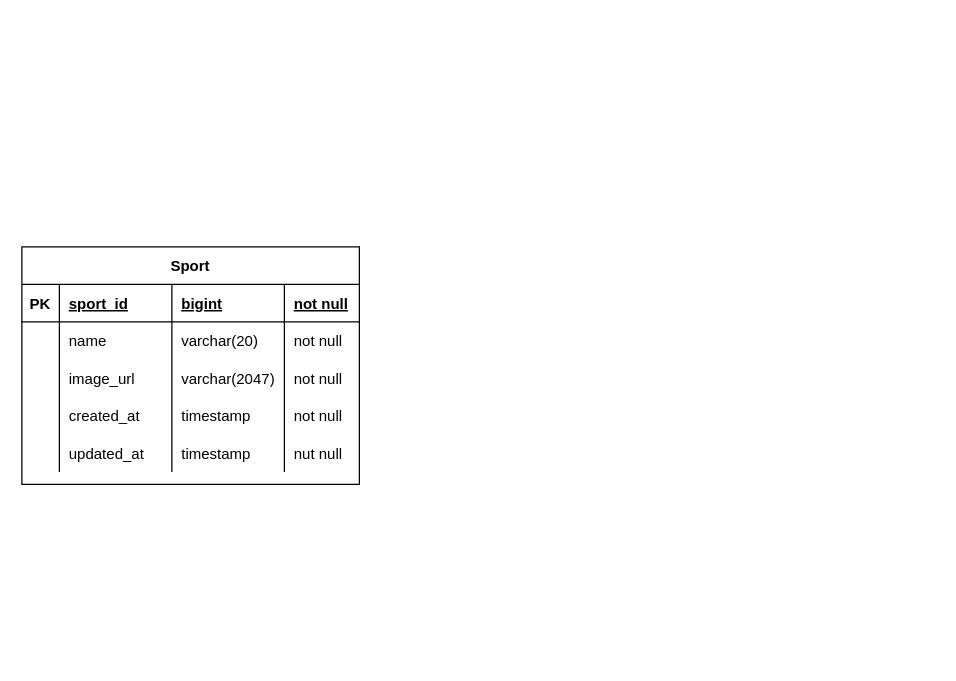
Before: docs/erd.drawio in Performance-Graph/Api, a draw.io diagram. Source tidied: cells renumbered, new cells numbered last; positions are measured from the earlier drawing's top-left corner, leaving out a move shared by most shapes. Both pictures are drawn from the tidied source at 125%, with x=0, y=0 at pixel (21, 246).
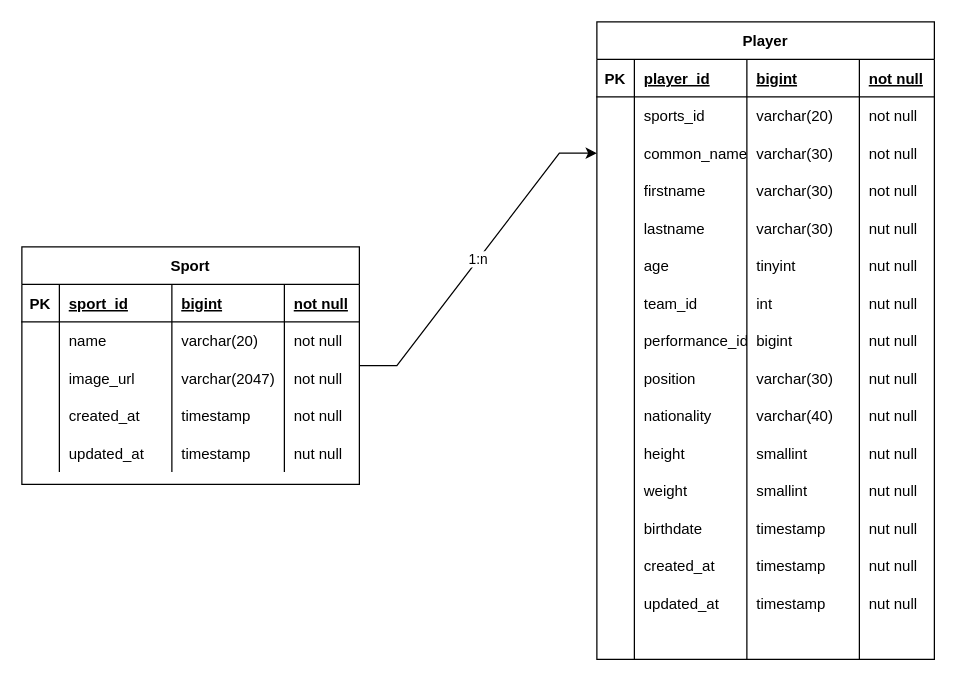
After the change.

Commit message:
Update erd.drawio - add player table erd

Unchanged cells that the change refers to:
```xml
<mxCell id="2" value="Sport" style="shape=table;startSize=30;childLayout=tableLayout;rowLines=0;fontStyle=1;align=center;" parent="1" vertex="1">
  <mxGeometry width="270" height="190" as="geometry" />
</mxCell>
```

Change to the diagram source:
```diff
@@
+    <mxCell id="28" value="1:n" style="edgeStyle=entityRelationEdgeStyle;rounded=0;jettySize=auto;html=1;entryX=0;entryY=0.5;entryDx=0;entryDy=0;" parent="1" edge="1" source="2" target="40">
+      <mxGeometry relative="1" as="geometry" />
+    </mxCell>
@@
+    <mxCell id="29" value="Player" style="shape=table;startSize=30;childLayout=tableLayout;rowLines=0;fontStyle=1;align=center;" parent="1" vertex="1">
+      <mxGeometry x="460" y="-180" width="270" height="510" as="geometry" />
+    </mxCell>
+    <mxCell id="30" style="shape=partialRectangle;fillColor=none;top=0;left=0;bottom=1;right=0;" parent="29" vertex="1">
+      <mxGeometry y="30" width="270" height="30" as="geometry" />
+    </mxCell>
+    <mxCell id="31" value="PK" style="shape=partialRectangle;fillColor=none;top=0;left=0;bottom=0;right=0;fontStyle=1;overflow=hidden;" parent="30" vertex="1">
+      <mxGeometry width="30" height="30" as="geometry" />
+    </mxCell>
+    <mxCell id="32" value="player_id" style="shape=partialRectangle;fillColor=none;top=0;left=0;bottom=0;right=0;align=left;spacingLeft=6;fontStyle=5;overflow=hidden;" parent="30" vertex="1">
+      <mxGeometry x="30" width="90" height="30" as="geometry" />
+    </mxCell>
+    <mxCell id="33" value="bigint" style="shape=partialRectangle;fillColor=none;top=0;left=0;bottom=0;right=0;align=left;spacingLeft=6;fontStyle=5;overflow=hidden;" parent="30" vertex="1">
+      <mxGeometry x="120" width="90" height="30" as="geometry" />
+    </mxCell>
+    <mxCell id="34" value="not null" style="shape=partialRectangle;fillColor=none;top=0;left=0;bottom=0;right=0;align=left;spacingLeft=6;fontStyle=5;overflow=hidden;" parent="30" vertex="1">
+      <mxGeometry x="210" width="60" height="30" as="geometry" />
+    </mxCell>
+    <mxCell id="35" style="shape=partialRectangle;fillColor=none;top=0;left=0;bottom=0;right=0;" parent="29" vertex="1">
+      <mxGeometry y="60" width="270" height="30" as="geometry" />
+    </mxCell>
+    <mxCell id="36" style="shape=partialRectangle;fillColor=none;top=0;left=0;bottom=0;right=0;overflow=hidden;" parent="35" vertex="1">
+      <mxGeometry width="30" height="30" as="geometry" />
+    </mxCell>
+    <mxCell id="37" value="sports_id" style="shape=partialRectangle;fillColor=none;top=0;left=0;bottom=0;right=0;align=left;spacingLeft=6;overflow=hidden;" parent="35" vertex="1">
+      <mxGeometry x="30" width="90" height="30" as="geometry" />
+    </mxCell>
+    <mxCell id="38" value="varchar(20)" style="shape=partialRectangle;fillColor=none;top=0;left=0;bottom=0;right=0;align=left;spacingLeft=6;overflow=hidden;" parent="35" vertex="1">
+      <mxGeometry x="120" width="90" height="30" as="geometry" />
+    </mxCell>
+    <mxCell id="39" value="not null" style="shape=partialRectangle;fillColor=none;top=0;left=0;bottom=0;right=0;align=left;spacingLeft=6;overflow=hidden;" parent="35" vertex="1">
+      <mxGeometry x="210" width="60" height="30" as="geometry" />
+    </mxCell>
+    <mxCell id="40" style="shape=partialRectangle;fillColor=none;top=0;left=0;bottom=0;right=0;points=[[0,0.5],[1,0.5]];portConstraint=eastwest;" parent="29" vertex="1">
+      <mxGeometry y="90" width="270" height="30" as="geometry" />
+    </mxCell>
+    <mxCell id="41" style="shape=partialRectangle;fillColor=none;top=0;left=0;bottom=0;right=0;overflow=hidden;" parent="40" vertex="1">
+      <mxGeometry width="30" height="30" as="geometry" />
+    </mxCell>
+    <mxCell id="42" value="common_name" style="shape=partialRectangle;fillColor=none;top=0;left=0;bottom=0;right=0;align=left;spacingLeft=6;overflow=hidden;" parent="40" vertex="1">
+      <mxGeometry x="30" width="90" height="30" as="geometry" />
+    </mxCell>
+    <mxCell id="43" value="varchar(30)" style="shape=partialRectangle;fillColor=none;top=0;left=0;bottom=0;right=0;align=left;spacingLeft=6;overflow=hidden;" parent="40" vertex="1">
+      <mxGeometry x="120" width="90" height="30" as="geometry" />
+    </mxCell>
+    <mxCell id="44" value="not null" style="shape=partialRectangle;fillColor=none;top=0;left=0;bottom=0;right=0;align=left;spacingLeft=6;overflow=hidden;" parent="40" vertex="1">
+      <mxGeometry x="210" width="60" height="30" as="geometry" />
+    </mxCell>
+    <mxCell id="45" style="shape=partialRectangle;fillColor=none;top=0;left=0;bottom=0;right=0;" parent="29" vertex="1">
+      <mxGeometry y="120" width="270" height="30" as="geometry" />
+    </mxCell>
+    <mxCell id="46" style="shape=partialRectangle;fillColor=none;top=0;left=0;bottom=0;right=0;overflow=hidden;" parent="45" vertex="1">
+      <mxGeometry width="30" height="30" as="geometry" />
+    </mxCell>
+    <mxCell id="47" value="firstname" style="shape=partialRectangle;fillColor=none;top=0;left=0;bottom=0;right=0;align=left;spacingLeft=6;overflow=hidden;" parent="45" vertex="1">
+      <mxGeometry x="30" width="90" height="30" as="geometry" />
+    </mxCell>
+    <mxCell id="48" value="varchar(30)" style="shape=partialRectangle;fillColor=none;top=0;left=0;bottom=0;right=0;align=left;spacingLeft=6;overflow=hidden;" parent="45" vertex="1">
+      <mxGeometry x="120" width="90" height="30" as="geometry" />
+    </mxCell>
+    <mxCell id="49" value="not null" style="shape=partialRectangle;fillColor=none;top=0;left=0;bottom=0;right=0;align=left;spacingLeft=6;overflow=hidden;" parent="45" vertex="1">
+      <mxGeometry x="210" width="60" height="30" as="geometry" />
+    </mxCell>
+    <mxCell id="50" style="shape=partialRectangle;fillColor=none;top=0;left=0;bottom=0;right=0;" parent="29" vertex="1">
+      <mxGeometry y="150" width="270" height="30" as="geometry" />
+    </mxCell>
+    <mxCell id="51" style="shape=partialRectangle;fillColor=none;top=0;left=0;bottom=0;right=0;overflow=hidden;" parent="50" vertex="1">
+      <mxGeometry width="30" height="30" as="geometry" />
+    </mxCell>
+    <mxCell id="52" value="lastname" style="shape=partialRectangle;fillColor=none;top=0;left=0;bottom=0;right=0;align=left;spacingLeft=6;overflow=hidden;" parent="50" vertex="1">
+      <mxGeometry x="30" width="90" height="30" as="geometry" />
+    </mxCell>
+    <mxCell id="53" value="varchar(30)" style="shape=partialRectangle;fillColor=none;top=0;left=0;bottom=0;right=0;align=left;spacingLeft=6;overflow=hidden;" parent="50" vertex="1">
+      <mxGeometry x="120" width="90" height="30" as="geometry" />
+    </mxCell>
+    <mxCell id="54" value="nut null" style="shape=partialRectangle;fillColor=none;top=0;left=0;bottom=0;right=0;align=left;spacingLeft=6;overflow=hidden;" parent="50" vertex="1">
+      <mxGeometry x="210" width="60" height="30" as="geometry" />
+    </mxCell>
+    <mxCell id="55" style="shape=partialRectangle;fillColor=none;top=0;left=0;bottom=0;right=0;" parent="29" vertex="1">
+      <mxGeometry y="180" width="270" height="30" as="geometry" />
+    </mxCell>
+    <mxCell id="56" style="shape=partialRectangle;fillColor=none;top=0;left=0;bottom=0;right=0;overflow=hidden;" parent="55" vertex="1">
+      <mxGeometry width="30" height="30" as="geometry" />
+    </mxCell>
+    <mxCell id="57" value="age" style="shape=partialRectangle;fillColor=none;top=0;left=0;bottom=0;right=0;align=left;spacingLeft=6;overflow=hidden;" parent="55" vertex="1">
+      <mxGeometry x="30" width="90" height="30" as="geometry" />
+    </mxCell>
+    <mxCell id="58" value="tinyint" style="shape=partialRectangle;fillColor=none;top=0;left=0;bottom=0;right=0;align=left;spacingLeft=6;overflow=hidden;" parent="55" vertex="1">
+      <mxGeometry x="120" width="90" height="30" as="geometry" />
+    </mxCell>
+    <mxCell id="59" value="nut null" style="shape=partialRectangle;fillColor=none;top=0;left=0;bottom=0;right=0;align=left;spacingLeft=6;overflow=hidden;" parent="55" vertex="1">
+      <mxGeometry x="210" width="60" height="30" as="geometry" />
+    </mxCell>
+    <mxCell id="60" style="shape=partialRectangle;fillColor=none;top=0;left=0;bottom=0;right=0;" parent="29" vertex="1">
+      <mxGeometry y="210" width="270" height="30" as="geometry" />
+    </mxCell>
+    <mxCell id="61" style="shape=partialRectangle;fillColor=none;top=0;left=0;bottom=0;right=0;overflow=hidden;" parent="60" vertex="1">
+      <mxGeometry width="30" height="30" as="geometry" />
+    </mxCell>
+    <mxCell id="62" value="team_id" style="shape=partialRectangle;fillColor=none;top=0;left=0;bottom=0;right=0;align=left;spacingLeft=6;overflow=hidden;" parent="60" vertex="1">
+      <mxGeometry x="30" width="90" height="30" as="geometry" />
+    </mxCell>
+    <mxCell id="63" value="int" style="shape=partialRectangle;fillColor=none;top=0;left=0;bottom=0;right=0;align=left;spacingLeft=6;overflow=hidden;" parent="60" vertex="1">
+      <mxGeometry x="120" width="90" height="30" as="geometry" />
+    </mxCell>
+    <mxCell id="64" value="nut null" style="shape=partialRectangle;fillColor=none;top=0;left=0;bottom=0;right=0;align=left;spacingLeft=6;overflow=hidden;" parent="60" vertex="1">
+      <mxGeometry x="210" width="60" height="30" as="geometry" />
+    </mxCell>
+    <mxCell id="65" style="shape=partialRectangle;fillColor=none;top=0;left=0;bottom=0;right=0;" parent="29" vertex="1">
+      <mxGeometry y="240" width="270" height="30" as="geometry" />
+    </mxCell>
+    <mxCell id="66" style="shape=partialRectangle;fillColor=none;top=0;left=0;bottom=0;right=0;overflow=hidden;" parent="65" vertex="1">
+      <mxGeometry width="30" height="30" as="geometry" />
+    </mxCell>
+    <mxCell id="67" value="performance_id" style="shape=partialRectangle;fillColor=none;top=0;left=0;bottom=0;right=0;align=left;spacingLeft=6;overflow=hidden;" parent="65" vertex="1">
+      <mxGeometry x="30" width="90" height="30" as="geometry" />
+    </mxCell>
+    <mxCell id="68" value="bigint" style="shape=partialRectangle;fillColor=none;top=0;left=0;bottom=0;right=0;align=left;spacingLeft=6;overflow=hidden;" parent="65" vertex="1">
+      <mxGeometry x="120" width="90" height="30" as="geometry" />
+    </mxCell>
+    <mxCell id="69" value="nut null" style="shape=partialRectangle;fillColor=none;top=0;left=0;bottom=0;right=0;align=left;spacingLeft=6;overflow=hidden;" parent="65" vertex="1">
+      <mxGeometry x="210" width="60" height="30" as="geometry" />
+    </mxCell>
+    <mxCell id="70" style="shape=partialRectangle;fillColor=none;top=0;left=0;bottom=0;right=0;" parent="29" vertex="1">
+      <mxGeometry y="270" width="270" height="30" as="geometry" />
+    </mxCell>
+    <mxCell id="71" style="shape=partialRectangle;fillColor=none;top=0;left=0;bottom=0;right=0;overflow=hidden;" parent="70" vertex="1">
+      <mxGeometry width="30" height="30" as="geometry" />
+    </mxCell>
+    <mxCell id="72" value="position" style="shape=partialRectangle;fillColor=none;top=0;left=0;bottom=0;right=0;align=left;spacingLeft=6;overflow=hidden;" parent="70" vertex="1">
+      <mxGeometry x="30" width="90" height="30" as="geometry" />
+    </mxCell>
+    <mxCell id="73" value="varchar(30)" style="shape=partialRectangle;fillColor=none;top=0;left=0;bottom=0;right=0;align=left;spacingLeft=6;overflow=hidden;" parent="70" vertex="1">
+      <mxGeometry x="120" width="90" height="30" as="geometry" />
+    </mxCell>
+    <mxCell id="74" value="nut null" style="shape=partialRectangle;fillColor=none;top=0;left=0;bottom=0;right=0;align=left;spacingLeft=6;overflow=hidden;" parent="70" vertex="1">
+      <mxGeometry x="210" width="60" height="30" as="geometry" />
+    </mxCell>
+    <mxCell id="75" style="shape=partialRectangle;fillColor=none;top=0;left=0;bottom=0;right=0;" parent="29" vertex="1">
+      <mxGeometry y="300" width="270" height="30" as="geometry" />
+    </mxCell>
+    <mxCell id="76" style="shape=partialRectangle;fillColor=none;top=0;left=0;bottom=0;right=0;overflow=hidden;" parent="75" vertex="1">
+      <mxGeometry width="30" height="30" as="geometry" />
+    </mxCell>
+    <mxCell id="77" value="nationality" style="shape=partialRectangle;fillColor=none;top=0;left=0;bottom=0;right=0;align=left;spacingLeft=6;overflow=hidden;" parent="75" vertex="1">
+      <mxGeometry x="30" width="90" height="30" as="geometry" />
+    </mxCell>
+    <mxCell id="78" value="varchar(40)" style="shape=partialRectangle;fillColor=none;top=0;left=0;bottom=0;right=0;align=left;spacingLeft=6;overflow=hidden;" parent="75" vertex="1">
+      <mxGeometry x="120" width="90" height="30" as="geometry" />
+    </mxCell>
+    <mxCell id="79" value="nut null" style="shape=partialRectangle;fillColor=none;top=0;left=0;bottom=0;right=0;align=left;spacingLeft=6;overflow=hidden;" parent="75" vertex="1">
+      <mxGeometry x="210" width="60" height="30" as="geometry" />
+    </mxCell>
+    <mxCell id="80" style="shape=partialRectangle;fillColor=none;top=0;left=0;bottom=0;right=0;" parent="29" vertex="1">
+      <mxGeometry y="330" width="270" height="30" as="geometry" />
+    </mxCell>
+    <mxCell id="81" style="shape=partialRectangle;fillColor=none;top=0;left=0;bottom=0;right=0;overflow=hidden;" parent="80" vertex="1">
+      <mxGeometry width="30" height="30" as="geometry" />
+    </mxCell>
+    <mxCell id="82" value="height" style="shape=partialRectangle;fillColor=none;top=0;left=0;bottom=0;right=0;align=left;spacingLeft=6;overflow=hidden;" parent="80" vertex="1">
+      <mxGeometry x="30" width="90" height="30" as="geometry" />
+    </mxCell>
+    <mxCell id="83" value="smallint" style="shape=partialRectangle;fillColor=none;top=0;left=0;bottom=0;right=0;align=left;spacingLeft=6;overflow=hidden;" parent="80" vertex="1">
+      <mxGeometry x="120" width="90" height="30" as="geometry" />
+    </mxCell>
+    <mxCell id="84" value="nut null" style="shape=partialRectangle;fillColor=none;top=0;left=0;bottom=0;right=0;align=left;spacingLeft=6;overflow=hidden;" parent="80" vertex="1">
+      <mxGeometry x="210" width="60" height="30" as="geometry" />
+    </mxCell>
+    <mxCell id="85" style="shape=partialRectangle;fillColor=none;top=0;left=0;bottom=0;right=0;" parent="29" vertex="1">
+      <mxGeometry y="360" width="270" height="30" as="geometry" />
+    </mxCell>
+    <mxCell id="86" style="shape=partialRectangle;fillColor=none;top=0;left=0;bottom=0;right=0;overflow=hidden;" parent="85" vertex="1">
+      <mxGeometry width="30" height="30" as="geometry" />
+    </mxCell>
+    <mxCell id="87" value="weight" style="shape=partialRectangle;fillColor=none;top=0;left=0;bottom=0;right=0;align=left;spacingLeft=6;overflow=hidden;" parent="85" vertex="1">
+      <mxGeometry x="30" width="90" height="30" as="geometry" />
+    </mxCell>
+    <mxCell id="88" value="smallint" style="shape=partialRectangle;fillColor=none;top=0;left=0;bottom=0;right=0;align=left;spacingLeft=6;overflow=hidden;" parent="85" vertex="1">
+      <mxGeometry x="120" width="90" height="30" as="geometry" />
+    </mxCell>
+    <mxCell id="89" value="nut null" style="shape=partialRectangle;fillColor=none;top=0;left=0;bottom=0;right=0;align=left;spacingLeft=6;overflow=hidden;" parent="85" vertex="1">
+      <mxGeometry x="210" width="60" height="30" as="geometry" />
+    </mxCell>
+    <mxCell id="90" style="shape=partialRectangle;fillColor=none;top=0;left=0;bottom=0;right=0;" parent="29" vertex="1">
+      <mxGeometry y="390" width="270" height="30" as="geometry" />
+    </mxCell>
+    <mxCell id="91" style="shape=partialRectangle;fillColor=none;top=0;left=0;bottom=0;right=0;overflow=hidden;" parent="90" vertex="1">
+      <mxGeometry width="30" height="30" as="geometry" />
+    </mxCell>
+    <mxCell id="92" value="birthdate" style="shape=partialRectangle;fillColor=none;top=0;left=0;bottom=0;right=0;align=left;spacingLeft=6;overflow=hidden;" parent="90" vertex="1">
+      <mxGeometry x="30" width="90" height="30" as="geometry" />
+    </mxCell>
+    <mxCell id="93" value="timestamp" style="shape=partialRectangle;fillColor=none;top=0;left=0;bottom=0;right=0;align=left;spacingLeft=6;overflow=hidden;" parent="90" vertex="1">
+      <mxGeometry x="120" width="90" height="30" as="geometry" />
+    </mxCell>
+    <mxCell id="94" value="nut null" style="shape=partialRectangle;fillColor=none;top=0;left=0;bottom=0;right=0;align=left;spacingLeft=6;overflow=hidden;" parent="90" vertex="1">
+      <mxGeometry x="210" width="60" height="30" as="geometry" />
+    </mxCell>
+    <mxCell id="95" style="shape=partialRectangle;fillColor=none;top=0;left=0;bottom=0;right=0;" parent="29" vertex="1">
+      <mxGeometry y="420" width="270" height="30" as="geometry" />
+    </mxCell>
+    <mxCell id="96" style="shape=partialRectangle;fillColor=none;top=0;left=0;bottom=0;right=0;overflow=hidden;" parent="95" vertex="1">
+      <mxGeometry width="30" height="30" as="geometry" />
+    </mxCell>
+    <mxCell id="97" value="created_at" style="shape=partialRectangle;fillColor=none;top=0;left=0;bottom=0;right=0;align=left;spacingLeft=6;overflow=hidden;" parent="95" vertex="1">
+      <mxGeometry x="30" width="90" height="30" as="geometry" />
+    </mxCell>
+    <mxCell id="98" value="timestamp" style="shape=partialRectangle;fillColor=none;top=0;left=0;bottom=0;right=0;align=left;spacingLeft=6;overflow=hidden;" parent="95" vertex="1">
+      <mxGeometry x="120" width="90" height="30" as="geometry" />
+    </mxCell>
+    <mxCell id="99" value="nut null" style="shape=partialRectangle;fillColor=none;top=0;left=0;bottom=0;right=0;align=left;spacingLeft=6;overflow=hidden;" parent="95" vertex="1">
+      <mxGeometry x="210" width="60" height="30" as="geometry" />
+    </mxCell>
+    <mxCell id="100" style="shape=partialRectangle;fillColor=none;top=0;left=0;bottom=0;right=0;" parent="29" vertex="1">
+      <mxGeometry y="450" width="270" height="30" as="geometry" />
+    </mxCell>
+    <mxCell id="101" style="shape=partialRectangle;fillColor=none;top=0;left=0;bottom=0;right=0;overflow=hidden;" parent="100" vertex="1">
+      <mxGeometry width="30" height="30" as="geometry" />
+    </mxCell>
+    <mxCell id="102" value="updated_at" style="shape=partialRectangle;fillColor=none;top=0;left=0;bottom=0;right=0;align=left;spacingLeft=6;overflow=hidden;" parent="100" vertex="1">
+      <mxGeometry x="30" width="90" height="30" as="geometry" />
+    </mxCell>
+    <mxCell id="103" value="timestamp" style="shape=partialRectangle;fillColor=none;top=0;left=0;bottom=0;right=0;align=left;spacingLeft=6;overflow=hidden;" parent="100" vertex="1">
+      <mxGeometry x="120" width="90" height="30" as="geometry" />
+    </mxCell>
+    <mxCell id="104" value="nut null" style="shape=partialRectangle;fillColor=none;top=0;left=0;bottom=0;right=0;align=left;spacingLeft=6;overflow=hidden;" parent="100" vertex="1">
+      <mxGeometry x="210" width="60" height="30" as="geometry" />
+    </mxCell>
+    <mxCell id="105" style="shape=partialRectangle;fillColor=none;top=0;left=0;bottom=0;right=0;" parent="29" vertex="1">
+      <mxGeometry y="480" width="270" height="30" as="geometry" />
+    </mxCell>
+    <mxCell id="106" style="shape=partialRectangle;fillColor=none;top=0;left=0;bottom=0;right=0;overflow=hidden;" parent="105" vertex="1">
+      <mxGeometry width="30" height="30" as="geometry" />
+    </mxCell>
+    <mxCell id="107" style="shape=partialRectangle;fillColor=none;top=0;left=0;bottom=0;right=0;align=left;spacingLeft=6;overflow=hidden;" parent="105" vertex="1">
+      <mxGeometry x="30" width="90" height="30" as="geometry" />
+    </mxCell>
+    <mxCell id="108" style="shape=partialRectangle;fillColor=none;top=0;left=0;bottom=0;right=0;align=left;spacingLeft=6;overflow=hidden;" parent="105" vertex="1">
+      <mxGeometry x="120" width="90" height="30" as="geometry" />
+    </mxCell>
+    <mxCell id="109" style="shape=partialRectangle;fillColor=none;top=0;left=0;bottom=0;right=0;align=left;spacingLeft=6;overflow=hidden;" parent="105" vertex="1">
+      <mxGeometry x="210" width="60" height="30" as="geometry" />
+    </mxCell>
```
